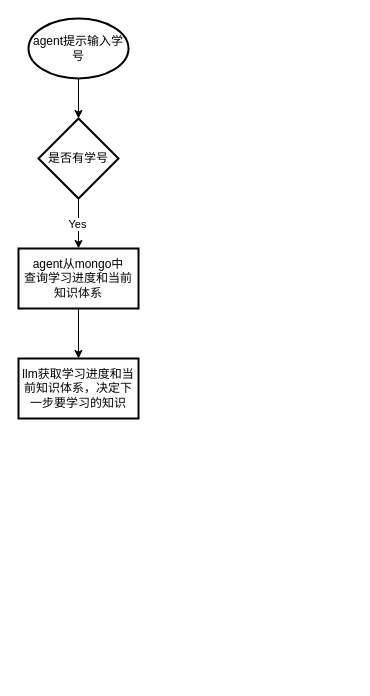
deanzz/blog keeps this draw.io diagram as teacher_agent.drawio. Above is the earlier version. Source tidied: cells renumbered, new cells numbered last; positions are measured from the earlier drawing's top-left corner, leaving out a move shared by most shapes. Both pictures are drawn from the tidied source at 100%, with x=0, y=0 at pixel (18, 18).
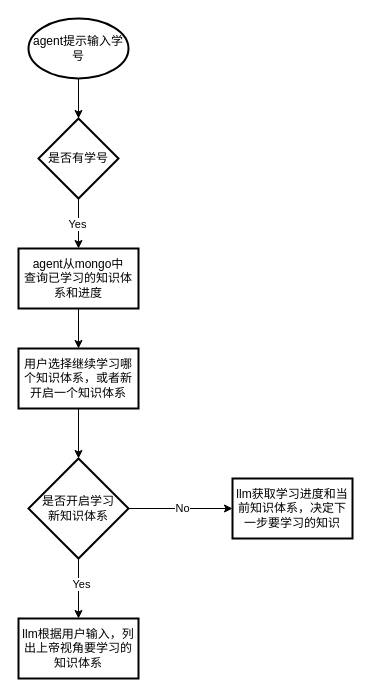
The same page after the edit.

What changed in the source:
```diff
@@
 <mxGraphModel>
   <root>
     <mxCell id="0" />
     <mxCell id="1" parent="0" />
     <mxCell id="2" style="edgeStyle=orthogonalEdgeStyle;rounded=0;jettySize=auto;html=1;" parent="1" edge="1" source="3" target="6">
       <mxGeometry relative="1" as="geometry" />
     </mxCell>
     <mxCell id="3" value="agent提示输入学号" style="strokeWidth=2;html=1;shape=mxgraph.flowchart.start_1;whiteSpace=wrap;" parent="1" vertex="1">
       <mxGeometry x="10" width="100" height="60" as="geometry" />
     </mxCell>
     <mxCell id="4" style="edgeStyle=orthogonalEdgeStyle;rounded=0;jettySize=auto;html=1;" parent="1" edge="1" source="6" target="8">
       <mxGeometry relative="1" as="geometry" />
     </mxCell>
     <mxCell id="5" value="Yes" style="edgeLabel;html=1;align=center;verticalAlign=middle;" parent="4" vertex="1">
       <mxGeometry x="-0.02" y="-2" relative="1" as="geometry" />
     </mxCell>
     <mxCell id="6" value="是否有学号" style="rhombus;whiteSpace=wrap;html=1;strokeWidth=2;" parent="1" vertex="1">
       <mxGeometry x="20" y="100" width="80" height="80" as="geometry" />
     </mxCell>
-    <mxCell id="7" style="edgeStyle=orthogonalEdgeStyle;rounded=0;jettySize=auto;html=1;" parent="1" edge="1" source="8" target="9">
-      <mxGeometry relative="1" as="geometry" />
-    </mxCell>
+    <mxCell id="10" style="edgeStyle=orthogonalEdgeStyle;rounded=0;jettySize=auto;html=1;" parent="1" edge="1" source="8" target="12">
+      <mxGeometry relative="1" as="geometry" />
+    </mxCell>
-    <mxCell id="8" value="agent从mongo中&lt;div&gt;查询学习进度和当前知识体系&lt;/div&gt;" style="whiteSpace=wrap;html=1;strokeWidth=2;" parent="1" vertex="1">
+    <mxCell id="8" value="agent从mongo中&lt;div&gt;查询已学习的知识体系和进度&lt;/div&gt;" style="whiteSpace=wrap;html=1;strokeWidth=2;" parent="1" vertex="1">
       <mxGeometry y="230" width="120" height="60" as="geometry" />
     </mxCell>
     <mxCell id="9" value="llm获取学习进度和当前知识体系，决定下一步要学习的知识" style="whiteSpace=wrap;html=1;strokeWidth=2;" parent="1" vertex="1">
-      <mxGeometry y="340" width="120" height="60" as="geometry" />
+      <mxGeometry x="214" y="460" width="120" height="60" as="geometry" />
     </mxCell>
+    <mxCell id="11" style="edgeStyle=orthogonalEdgeStyle;rounded=0;jettySize=auto;html=1;" parent="1" edge="1" source="12" target="17">
+      <mxGeometry relative="1" as="geometry" />
+    </mxCell>
+    <mxCell id="12" value="用户选择继续学习哪个知识体系，或者新开启一个知识体系" style="whiteSpace=wrap;html=1;strokeWidth=2;" parent="1" vertex="1">
+      <mxGeometry y="330" width="120" height="60" as="geometry" />
+    </mxCell>
+    <mxCell id="13" style="edgeStyle=orthogonalEdgeStyle;rounded=0;jettySize=auto;html=1;exitX=1;exitY=0.5;exitDx=0;exitDy=0;entryX=0;entryY=0.5;entryDx=0;entryDy=0;" parent="1" edge="1" source="17" target="9">
+      <mxGeometry relative="1" as="geometry" />
+    </mxCell>
+    <mxCell id="14" value="No" style="edgeLabel;html=1;align=center;verticalAlign=middle;" parent="13" vertex="1">
+      <mxGeometry x="0.02" y="1" relative="1" as="geometry" />
+    </mxCell>
+    <mxCell id="15" style="edgeStyle=orthogonalEdgeStyle;rounded=0;jettySize=auto;html=1;" parent="1" edge="1" source="17" target="18">
+      <mxGeometry relative="1" as="geometry" />
+    </mxCell>
+    <mxCell id="16" value="Yes" style="edgeLabel;html=1;align=center;verticalAlign=middle;" parent="15" vertex="1">
+      <mxGeometry x="-0.16" y="2" relative="1" as="geometry" />
+    </mxCell>
+    <mxCell id="17" value="是否开启&lt;span style=&quot;background-color: initial;&quot;&gt;学习&lt;/span&gt;&lt;div&gt;&lt;span style=&quot;background-color: initial;&quot;&gt;新知识体系&lt;/span&gt;&lt;/div&gt;" style="rhombus;whiteSpace=wrap;html=1;strokeWidth=2;" parent="1" vertex="1">
+      <mxGeometry x="10" y="440" width="100" height="100" as="geometry" />
+    </mxCell>
+    <mxCell id="18" value="llm根据用户输入，列出上帝视角要学习的知识体系" style="whiteSpace=wrap;html=1;strokeWidth=2;" parent="1" vertex="1">
+      <mxGeometry y="600" width="120" height="60" as="geometry" />
+    </mxCell>
   </root>
 </mxGraphModel>
```
